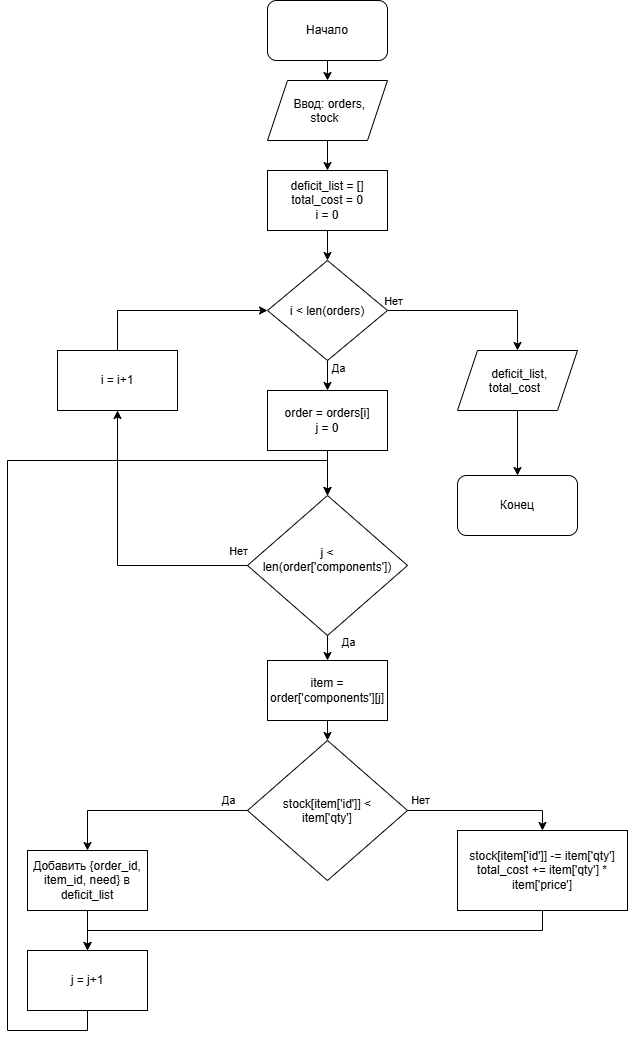
Above: models/algo_1.png in Olka3sh/Interactive_stand (draw.io), before the change. Source tidied: cells renumbered, new cells last; positions are measured from the earlier drawing's top-left corner, leaving out a move shared by most shapes.
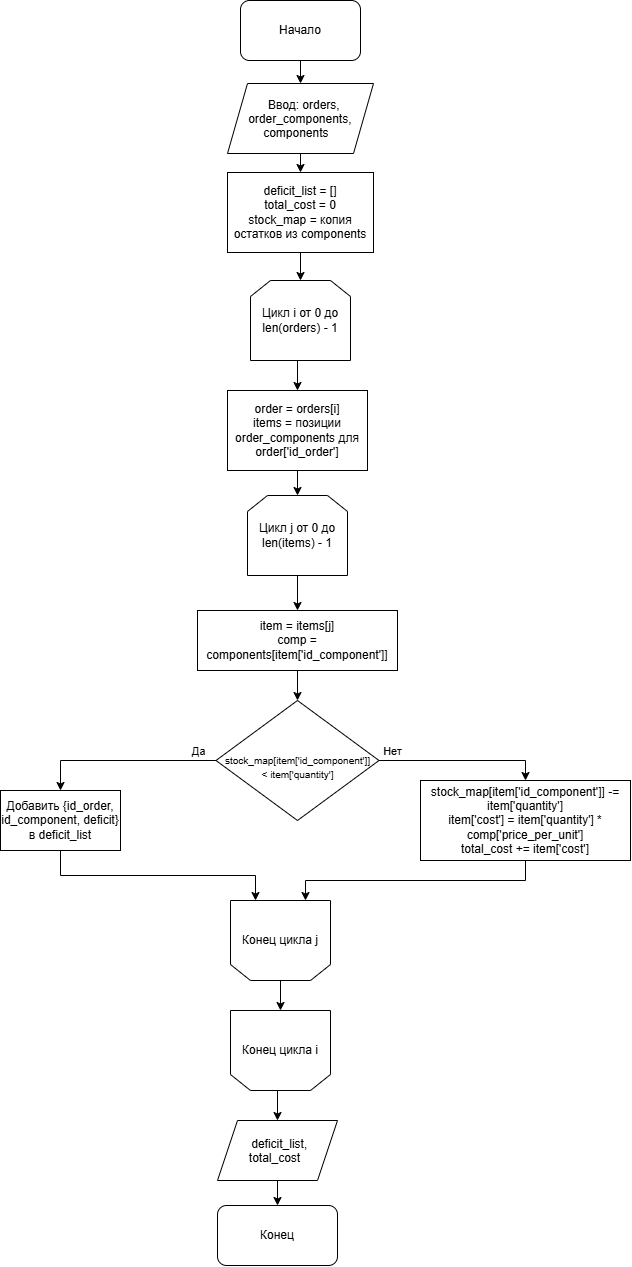
Above is the later version.

Change to the diagram source:
```diff
@@ -6,84 +6,40 @@
       <mxGeometry relative="1" as="geometry" />
     </mxCell>
     <mxCell id="3" value="Начало" style="rounded=1;whiteSpace=wrap;html=1;roundedPerimeter=1;" parent="1" vertex="1">
-      <mxGeometry x="260" width="120" height="60" as="geometry" />
+      <mxGeometry x="260" y="-10" width="120" height="60" as="geometry" />
     </mxCell>
     <mxCell id="4" style="edgeStyle=orthogonalEdgeStyle;rounded=0;jettySize=auto;html=1;exitX=0.5;exitY=1;exitDx=0;exitDy=0;entryX=0.5;entryY=0;entryDx=0;entryDy=0;defaultLabelBackgroundColor=page;" parent="1" edge="1" source="5" target="7">
       <mxGeometry relative="1" as="geometry" />
     </mxCell>
-    <mxCell id="5" value="Ввод: orders, stock" style="shape=parallelogram;perimeter=parallelogramPerimeter;whiteSpace=wrap;html=1;shapeInside=1;fixedSize=1;" parent="1" vertex="1">
-      <mxGeometry x="260" y="80" width="120" height="60" as="geometry" />
+    <mxCell id="5" value="Ввод: orders, order_components, components" style="shape=parallelogram;perimeter=parallelogramPerimeter;whiteSpace=wrap;html=1;shapeInside=1;fixedSize=1;" parent="1" vertex="1">
+      <mxGeometry x="247" y="73" width="146" height="70" as="geometry" />
     </mxCell>
-    <mxCell id="6" style="edgeStyle=orthogonalEdgeStyle;rounded=0;jettySize=auto;html=1;exitX=0.5;exitY=1;exitDx=0;exitDy=0;defaultLabelBackgroundColor=page;" parent="1" edge="1" source="7" target="12">
-      <mxGeometry relative="1" as="geometry" />
-    </mxCell>
+    <mxCell id="38" style="edgeStyle=orthogonalEdgeStyle;rounded=0;jettySize=auto;html=1;exitX=0.5;exitY=1;exitDx=0;exitDy=0;defaultLabelBackgroundColor=page;labelPadding=0 4;" parent="1" edge="1" source="7" target="42">
+      <mxGeometry relative="1" as="geometry" />
+    </mxCell>
-    <mxCell id="7" value="deficit_list = []&lt;div&gt;total_cost = 0&lt;/div&gt;&lt;div&gt;i = 0&lt;/div&gt;" style="rounded=0;whiteSpace=wrap;html=1;" parent="1" vertex="1">
-      <mxGeometry x="260" y="170" width="120" height="60" as="geometry" />
+    <mxCell id="7" value="deficit_list = []&lt;div&gt;total_cost = 0&lt;/div&gt;&lt;div&gt;stock_map = копия остатков из components&lt;/div&gt;" style="rounded=0;whiteSpace=wrap;html=1;" parent="1" vertex="1">
+      <mxGeometry x="247" y="162" width="146" height="80" as="geometry" />
     </mxCell>
-    <mxCell id="8" style="edgeStyle=orthogonalEdgeStyle;rounded=0;jettySize=auto;html=1;exitX=1;exitY=0.5;exitDx=0;exitDy=0;entryX=0.5;entryY=0;entryDx=0;entryDy=0;defaultLabelBackgroundColor=page;" parent="1" edge="1" source="12" target="14">
-      <mxGeometry relative="1" as="geometry" />
-    </mxCell>
-    <mxCell id="9" value="Нет" style="edgeLabel;html=1;align=center;verticalAlign=middle;inheritText=1;defaultLabelBackgroundColor=page;" parent="8" vertex="1">
-      <mxGeometry x="-0.7" y="4" relative="1" as="geometry">
-        <mxPoint x="-20" y="-6" as="offset" />
-      </mxGeometry>
-    </mxCell>
-    <mxCell id="10" style="edgeStyle=orthogonalEdgeStyle;rounded=0;jettySize=auto;html=1;exitX=0.5;exitY=1;exitDx=0;exitDy=0;defaultLabelBackgroundColor=page;" parent="1" edge="1" source="12" target="17">
-      <mxGeometry relative="1" as="geometry" />
-    </mxCell>
-    <mxCell id="11" value="Да" style="edgeLabel;html=1;align=center;verticalAlign=middle;inheritText=1;defaultLabelBackgroundColor=page;" parent="10" vertex="1">
-      <mxGeometry x="-0.71" y="-1" relative="1" as="geometry">
-        <mxPoint x="11" as="offset" />
-      </mxGeometry>
-    </mxCell>
-    <mxCell id="12" value="i &amp;lt; len(orders)" style="rhombus;whiteSpace=wrap;html=1;shapeInside=1;" parent="1" vertex="1">
-      <mxGeometry x="260" y="260" width="120" height="100" as="geometry" />
-    </mxCell>
     <mxCell id="13" style="edgeStyle=orthogonalEdgeStyle;rounded=0;jettySize=auto;html=1;exitX=0.5;exitY=1;exitDx=0;exitDy=0;defaultLabelBackgroundColor=page;" parent="1" edge="1" source="14" target="15">
       <mxGeometry relative="1" as="geometry" />
     </mxCell>
     <mxCell id="14" value="deficit_list, total_cost" style="shape=parallelogram;perimeter=parallelogramPerimeter;whiteSpace=wrap;html=1;shapeInside=1;fixedSize=1;" parent="1" vertex="1">
-      <mxGeometry x="450" y="350" width="120" height="60" as="geometry" />
+      <mxGeometry x="237" y="1110" width="120" height="60" as="geometry" />
     </mxCell>
     <mxCell id="15" value="Конец" style="rounded=1;whiteSpace=wrap;html=1;roundedPerimeter=1;" parent="1" vertex="1">
-      <mxGeometry x="450" y="475" width="120" height="60" as="geometry" />
+      <mxGeometry x="237" y="1195" width="120" height="60" as="geometry" />
     </mxCell>
-    <mxCell id="16" style="edgeStyle=orthogonalEdgeStyle;rounded=0;jettySize=auto;html=1;exitX=0.5;exitY=1;exitDx=0;exitDy=0;entryX=0.5;entryY=0;entryDx=0;entryDy=0;defaultLabelBackgroundColor=page;" parent="1" edge="1" source="17" target="22">
-      <mxGeometry relative="1" as="geometry" />
-    </mxCell>
+    <mxCell id="39" style="edgeStyle=orthogonalEdgeStyle;rounded=0;jettySize=auto;html=1;exitX=0.5;exitY=1;exitDx=0;exitDy=0;defaultLabelBackgroundColor=page;labelPadding=0 4;" parent="1" edge="1" source="17" target="44">
+      <mxGeometry relative="1" as="geometry" />
+    </mxCell>
-    <mxCell id="17" value="order = orders[i]&lt;div&gt;j = 0&lt;/div&gt;" style="rounded=0;whiteSpace=wrap;html=1;" parent="1" vertex="1">
-      <mxGeometry x="260" y="390" width="120" height="60" as="geometry" />
+    <mxCell id="17" value="order = orders[i]&lt;div&gt;items = позиции order_components для order['id_order']&lt;/div&gt;" style="rounded=0;whiteSpace=wrap;html=1;" parent="1" vertex="1">
+      <mxGeometry x="247" y="380" width="140" height="80" as="geometry" />
     </mxCell>
-    <mxCell id="18" style="edgeStyle=orthogonalEdgeStyle;rounded=0;jettySize=auto;html=1;exitX=0;exitY=0.5;exitDx=0;exitDy=0;entryX=0.5;entryY=1;entryDx=0;entryDy=0;defaultLabelBackgroundColor=page;" parent="1" edge="1" source="22" target="24">
-      <mxGeometry relative="1" as="geometry" />
-    </mxCell>
-    <mxCell id="19" value="Нет" style="edgeLabel;html=1;align=center;verticalAlign=middle;inheritText=1;defaultLabelBackgroundColor=page;" parent="18" vertex="1">
-      <mxGeometry x="-0.71" y="-1" relative="1" as="geometry">
-        <mxPoint x="31" y="-14" as="offset" />
-      </mxGeometry>
-    </mxCell>
-    <mxCell id="20" style="edgeStyle=orthogonalEdgeStyle;rounded=0;jettySize=auto;html=1;exitX=0.5;exitY=1;exitDx=0;exitDy=0;defaultLabelBackgroundColor=page;" parent="1" edge="1" source="22" target="26">
-      <mxGeometry relative="1" as="geometry" />
-    </mxCell>
-    <mxCell id="21" value="Да" style="edgeLabel;html=1;align=center;verticalAlign=middle;inheritText=1;defaultLabelBackgroundColor=page;" parent="20" vertex="1">
-      <mxGeometry x="-0.74" y="-1" relative="1" as="geometry">
-        <mxPoint x="21" as="offset" />
-      </mxGeometry>
-    </mxCell>
-    <mxCell id="22" value="j &amp;lt; len(order['components'])" style="rhombus;whiteSpace=wrap;html=1;shapeInside=1;" parent="1" vertex="1">
-      <mxGeometry x="240" y="495" width="160" height="140" as="geometry" />
-    </mxCell>
-    <mxCell id="23" style="edgeStyle=orthogonalEdgeStyle;rounded=0;jettySize=auto;html=1;exitX=0.5;exitY=0;exitDx=0;exitDy=0;entryX=0;entryY=0.5;entryDx=0;entryDy=0;defaultLabelBackgroundColor=page;" parent="1" edge="1" source="24" target="12">
-      <mxGeometry relative="1" as="geometry" />
-    </mxCell>
-    <mxCell id="24" value="i = i+1" style="rounded=0;whiteSpace=wrap;html=1;" parent="1" vertex="1">
-      <mxGeometry x="50" y="350" width="120" height="60" as="geometry" />
-    </mxCell>
     <mxCell id="25" style="edgeStyle=orthogonalEdgeStyle;rounded=0;jettySize=auto;html=1;exitX=0.5;exitY=1;exitDx=0;exitDy=0;entryX=0.5;entryY=0;entryDx=0;entryDy=0;defaultLabelBackgroundColor=page;" parent="1" edge="1" source="26" target="31">
       <mxGeometry relative="1" as="geometry" />
     </mxCell>
-    <mxCell id="26" value="item = order['components'][j]" style="rounded=0;whiteSpace=wrap;html=1;" parent="1" vertex="1">
-      <mxGeometry x="260" y="660" width="120" height="60" as="geometry" />
+    <mxCell id="26" value="item = items[j]&lt;div style=&quot;&quot;&gt;comp = components[item['id_component']]&lt;/div&gt;" style="rounded=0;whiteSpace=wrap;html=1;align=center;" parent="1" vertex="1">
+      <mxGeometry x="217" y="600" width="200" height="60" as="geometry" />
     </mxCell>
     <mxCell id="27" style="edgeStyle=orthogonalEdgeStyle;rounded=0;jettySize=auto;html=1;exitX=0;exitY=0.5;exitDx=0;exitDy=0;entryX=0.5;entryY=0;entryDx=0;entryDy=0;defaultLabelBackgroundColor=page;" parent="1" edge="1" source="31" target="33">
       <mxGeometry relative="1" as="geometry" />
@@ -101,33 +57,44 @@
         <mxPoint y="-11" as="offset" />
       </mxGeometry>
     </mxCell>
-    <mxCell id="31" value="stock[item['id']] &amp;lt; item['qty']" style="rhombus;whiteSpace=wrap;html=1;shapeInside=1;" parent="1" vertex="1">
-      <mxGeometry x="240" y="740" width="160" height="140" as="geometry" />
+    <mxCell id="31" value="&lt;span style=&quot;font-size: 11px; text-decoration-line: inherit; background-color: transparent; color: light-dark(#000000, var(--ge-light-color, #ffffff));&quot;&gt;&lt;br&gt;&lt;/span&gt;&lt;div&gt;&lt;span style=&quot;text-decoration-line: inherit; background-color: transparent; color: light-dark(#000000, var(--ge-light-color, #ffffff));&quot;&gt;&lt;font style=&quot;font-size: 10px;&quot;&gt;&lt;br&gt;&lt;/font&gt;&lt;/span&gt;&lt;/div&gt;&lt;div&gt;&lt;span style=&quot;text-decoration-line: inherit; background-color: transparent; color: light-dark(#000000, var(--ge-light-color, #ffffff));&quot;&gt;&lt;font style=&quot;font-size: 10px;&quot;&gt;&lt;br&gt;&lt;/font&gt;&lt;/span&gt;&lt;/div&gt;&lt;div&gt;&lt;span style=&quot;text-decoration-line: inherit; background-color: transparent; color: light-dark(#000000, var(--ge-light-color, #ffffff));&quot;&gt;&lt;font style=&quot;font-size: 10px;&quot;&gt;&amp;nbsp; &amp;nbsp;stock_map[item['id_component']]&amp;nbsp;&lt;/font&gt;&lt;/span&gt;&lt;/div&gt;&lt;div&gt;&lt;span style=&quot;text-decoration-line: inherit; background-color: transparent; color: light-dark(#000000, var(--ge-light-color, #ffffff));&quot;&gt;&lt;font style=&quot;font-size: 10px;&quot;&gt;&amp;lt; item['quantity']&lt;/font&gt;&lt;/span&gt;&lt;/div&gt;" style="rhombus;whiteSpace=wrap;html=1;shapeInside=1;" parent="1" vertex="1">
+      <mxGeometry x="235.5" y="690" width="163" height="120" as="geometry" />
     </mxCell>
-    <mxCell id="32" style="edgeStyle=orthogonalEdgeStyle;rounded=0;jettySize=auto;html=1;exitX=0.5;exitY=1;exitDx=0;exitDy=0;entryX=0.5;entryY=0;entryDx=0;entryDy=0;defaultLabelBackgroundColor=page;" parent="1" edge="1" source="33" target="35">
+    <mxCell id="32" style="edgeStyle=orthogonalEdgeStyle;rounded=0;jettySize=auto;html=1;exitX=0.5;exitY=1;exitDx=0;exitDy=0;entryX=0.75;entryY=1;entryDx=0;entryDy=0;defaultLabelBackgroundColor=page;" parent="1" edge="1" source="33" target="46">
       <mxGeometry relative="1" as="geometry" />
     </mxCell>
-    <mxCell id="33" value="Добавить&amp;nbsp;{order_id, item_id, need} в deficit_list" style="rounded=0;whiteSpace=wrap;html=1;" parent="1" vertex="1">
-      <mxGeometry x="20" y="850" width="120" height="60" as="geometry" />
+    <mxCell id="33" value="Добавить {id_order, id_component, deficit} в deficit_list" style="rounded=0;whiteSpace=wrap;html=1;" parent="1" vertex="1">
+      <mxGeometry x="20" y="780" width="120" height="60" as="geometry" />
     </mxCell>
-    <mxCell id="34" style="edgeStyle=orthogonalEdgeStyle;rounded=0;jettySize=auto;html=1;exitX=0.5;exitY=1;exitDx=0;exitDy=0;entryX=0.5;entryY=0;entryDx=0;entryDy=0;defaultLabelBackgroundColor=page;" parent="1" edge="1" source="35" target="22">
-      <mxGeometry x="-0.12" relative="1" as="geometry">
-        <Array as="points">
-          <mxPoint x="80" y="1030" />
-          <mxPoint y="1030" />
-          <mxPoint y="460" />
-          <mxPoint x="320" y="460" />
-        </Array>
-      </mxGeometry>
-    </mxCell>
-    <mxCell id="35" value="j = j+1" style="rounded=0;whiteSpace=wrap;html=1;" parent="1" vertex="1">
-      <mxGeometry x="20" y="950" width="120" height="60" as="geometry" />
-    </mxCell>
-    <mxCell id="36" style="edgeStyle=orthogonalEdgeStyle;rounded=0;jettySize=auto;html=1;exitX=0.5;exitY=1;exitDx=0;exitDy=0;defaultLabelBackgroundColor=page;" parent="1" edge="1" source="37" target="35">
-      <mxGeometry relative="1" as="geometry" />
-    </mxCell>
+    <mxCell id="40" style="edgeStyle=orthogonalEdgeStyle;rounded=0;jettySize=auto;html=1;exitX=0.5;exitY=1;exitDx=0;exitDy=0;entryX=0.25;entryY=1;entryDx=0;entryDy=0;defaultLabelBackgroundColor=page;labelPadding=0 4;" parent="1" edge="1" source="37" target="46">
+      <mxGeometry relative="1" as="geometry" />
+    </mxCell>
-    <mxCell id="37" value="stock[item['id']] -= item['qty']&lt;div&gt;total_cost += item['qty'] * item['price']&lt;/div&gt;" style="rounded=0;whiteSpace=wrap;html=1;" parent="1" vertex="1">
-      <mxGeometry x="450" y="830" width="170" height="80" as="geometry" />
+    <mxCell id="37" value="stock_map[item['id_component']] -= item['quantity']&lt;br/&gt;item['cost'] = item['quantity'] * comp['price_per_unit']&lt;br/&gt;total_cost += item['cost']" style="rounded=0;whiteSpace=wrap;html=1;" parent="1" vertex="1">
+      <mxGeometry x="440" y="770" width="210" height="80" as="geometry" />
     </mxCell>
+    <mxCell id="41" style="edgeStyle=orthogonalEdgeStyle;rounded=0;jettySize=auto;html=1;exitX=0.5;exitY=1;exitDx=0;exitDy=0;entryX=0.5;entryY=0;entryDx=0;entryDy=0;defaultLabelBackgroundColor=page;labelPadding=0 4;" parent="1" edge="1" source="42" target="17">
+      <mxGeometry relative="1" as="geometry" />
+    </mxCell>
+    <mxCell id="42" value="Цикл i от 0 до len(orders) - 1" style="shape=loopLimit;whiteSpace=wrap;html=1;" parent="1" vertex="1">
+      <mxGeometry x="270" y="270" width="100" height="80" as="geometry" />
+    </mxCell>
+    <mxCell id="43" style="edgeStyle=orthogonalEdgeStyle;rounded=0;jettySize=auto;html=1;exitX=0.5;exitY=1;exitDx=0;exitDy=0;defaultLabelBackgroundColor=page;labelPadding=0 4;" parent="1" edge="1" source="44" target="26">
+      <mxGeometry relative="1" as="geometry" />
+    </mxCell>
+    <mxCell id="44" value="Цикл j от 0 до len(items) - 1" style="shape=loopLimit;whiteSpace=wrap;html=1;" parent="1" vertex="1">
+      <mxGeometry x="267" y="485" width="100" height="80" as="geometry" />
+    </mxCell>
+    <mxCell id="45" style="edgeStyle=orthogonalEdgeStyle;rounded=0;jettySize=auto;html=1;exitX=0.5;exitY=0;exitDx=0;exitDy=0;defaultLabelBackgroundColor=page;labelPadding=0 4;" parent="1" edge="1" source="46" target="48">
+      <mxGeometry relative="1" as="geometry" />
+    </mxCell>
+    <mxCell id="46" value="Конец цикла j" style="shape=loopLimit;whiteSpace=wrap;html=1;direction=west;" parent="1" vertex="1">
+      <mxGeometry x="250" y="890" width="100" height="80" as="geometry" />
+    </mxCell>
+    <mxCell id="47" style="edgeStyle=orthogonalEdgeStyle;rounded=0;jettySize=auto;html=1;exitX=0.5;exitY=0;exitDx=0;exitDy=0;entryX=0.5;entryY=0;entryDx=0;entryDy=0;defaultLabelBackgroundColor=page;labelPadding=0 4;" parent="1" edge="1" source="48" target="14">
+      <mxGeometry relative="1" as="geometry" />
+    </mxCell>
+    <mxCell id="48" value="Конец цикла i" style="shape=loopLimit;whiteSpace=wrap;html=1;direction=west;" parent="1" vertex="1">
+      <mxGeometry x="250" y="1000" width="100" height="80" as="geometry" />
+    </mxCell>
   </root>
 </mxGraphModel>
```
